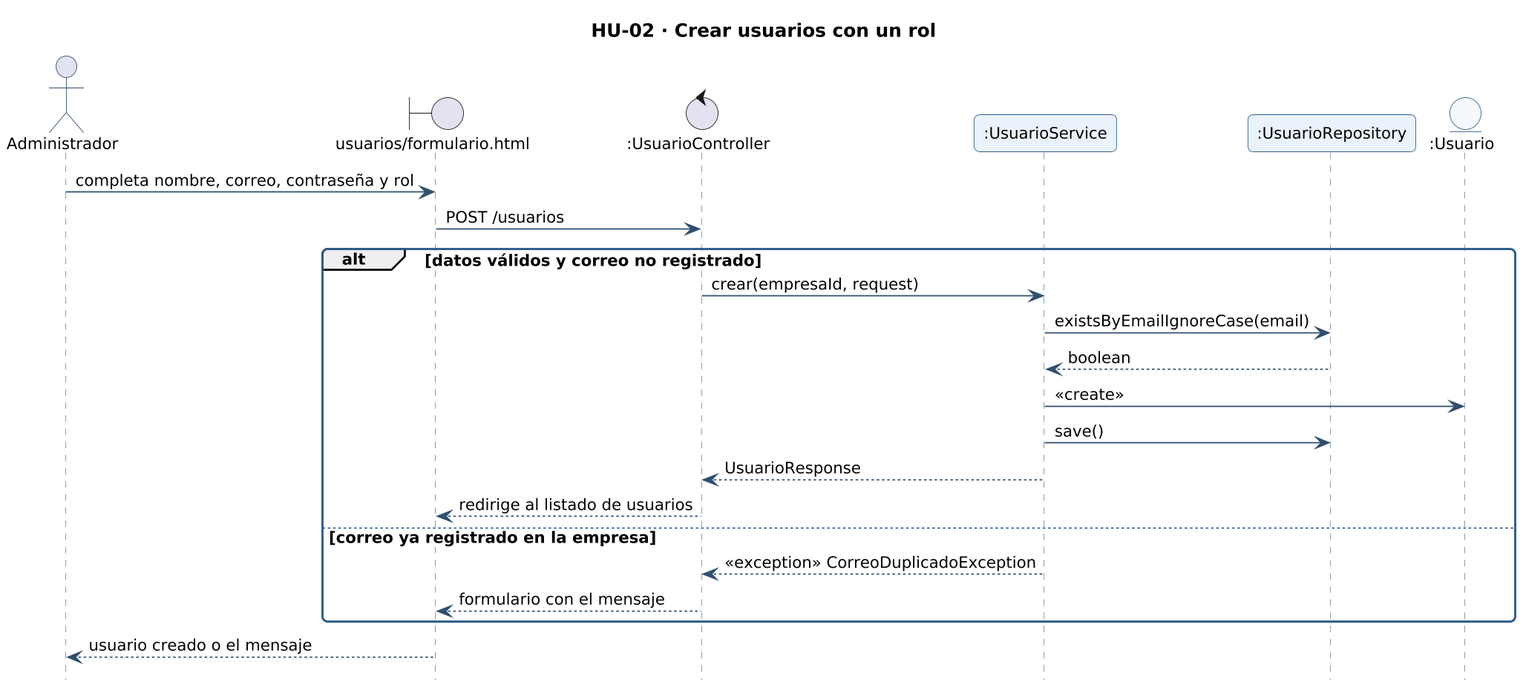
Earlier version of the PlantUML export docs/diagramas/secuencia-hu-02.png (gonzaloarenasduoc/Mira). The source it was exported from:
```plantuml
@startuml secuencia-hu-02
!include _estilo.iuml
hide footbox
skinparam maxMessageSize 260
skinparam sequenceMessageAlign left
title HU-02 · Crear usuarios con un rol
actor "Administrador" as A
boundary "usuarios/formulario.html" as L_VISTA_usuarios_formulario
control ":UsuarioController" as L_UsuarioController
participant ":UsuarioService" as L_UsuarioService
participant ":UsuarioRepository" as L_UsuarioRepository
entity ":Usuario" as L_Usuario
A -> L_VISTA_usuarios_formulario : completa nombre, correo, contraseña y rol
L_VISTA_usuarios_formulario -> L_UsuarioController : POST /usuarios
alt datos válidos y correo no registrado
L_UsuarioController -> L_UsuarioService : crear(empresaId, request)
L_UsuarioService -> L_UsuarioRepository : existsByEmailIgnoreCase(email)
L_UsuarioRepository --> L_UsuarioService : boolean
L_UsuarioService -> L_Usuario : <<create>>
L_UsuarioService -> L_UsuarioRepository : save()
L_UsuarioService --> L_UsuarioController : UsuarioResponse
L_UsuarioController --> L_VISTA_usuarios_formulario : redirige al listado de usuarios
else correo ya registrado en la empresa
L_UsuarioService --> L_UsuarioController : <<exception>> CorreoDuplicadoException
L_UsuarioController --> L_VISTA_usuarios_formulario : formulario con el mensaje
end
L_VISTA_usuarios_formulario --> A : usuario creado o el mensaje
@enduml
```
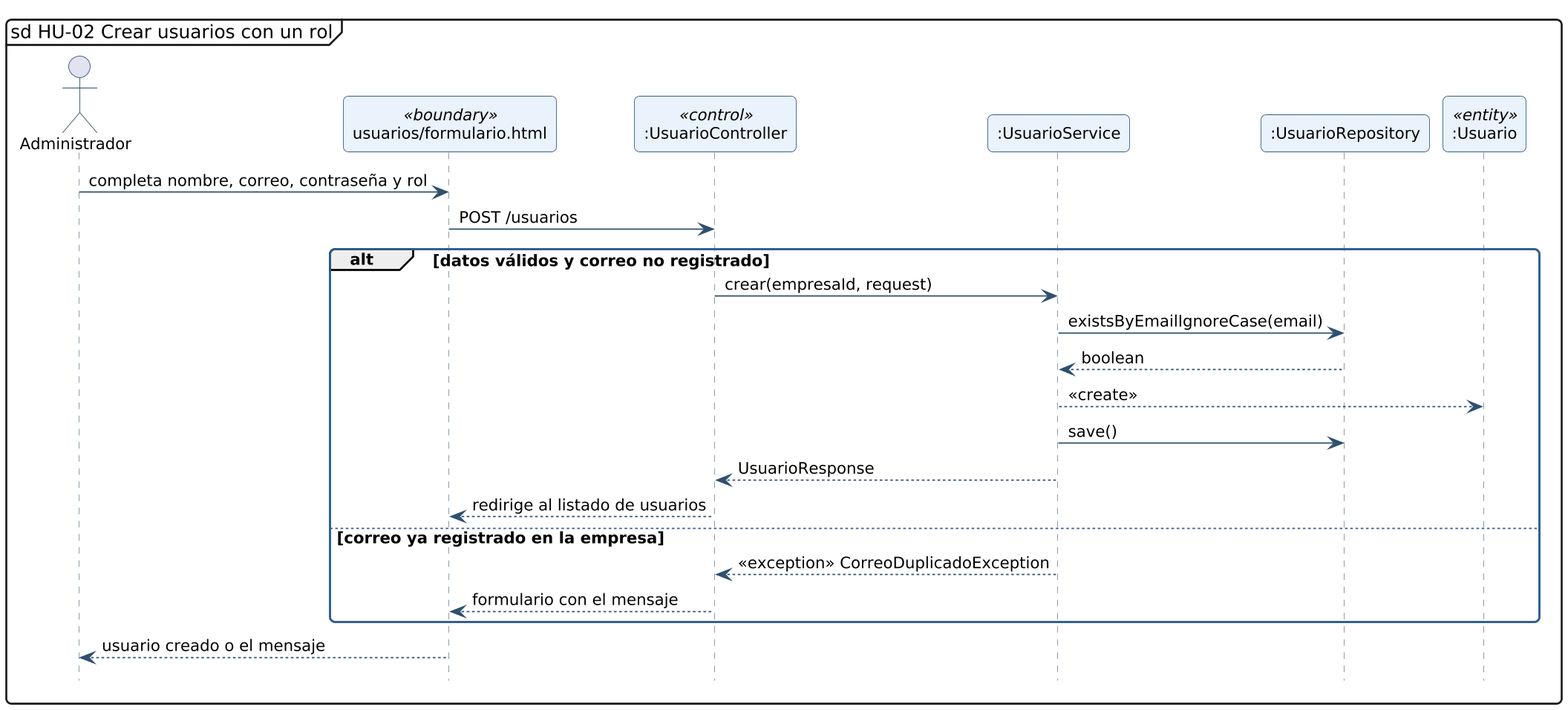
After the commit.

What changed in the source:
```diff
@@ -3,20 +3,20 @@
 hide footbox
 skinparam maxMessageSize 260
 skinparam sequenceMessageAlign left
-title HU-02 · Crear usuarios con un rol
+mainframe sd HU-02 Crear usuarios con un rol
 actor "Administrador" as A
-boundary "usuarios/formulario.html" as L_VISTA_usuarios_formulario
-control ":UsuarioController" as L_UsuarioController
+participant "usuarios/formulario.html" as L_VISTA_usuarios_formulario <<boundary>>
+participant ":UsuarioController" as L_UsuarioController <<control>>
 participant ":UsuarioService" as L_UsuarioService
 participant ":UsuarioRepository" as L_UsuarioRepository
-entity ":Usuario" as L_Usuario
+participant ":Usuario" as L_Usuario <<entity>>
 A -> L_VISTA_usuarios_formulario : completa nombre, correo, contraseña y rol
 L_VISTA_usuarios_formulario -> L_UsuarioController : POST /usuarios
 alt datos válidos y correo no registrado
 L_UsuarioController -> L_UsuarioService : crear(empresaId, request)
 L_UsuarioService -> L_UsuarioRepository : existsByEmailIgnoreCase(email)
 L_UsuarioRepository --> L_UsuarioService : boolean
-L_UsuarioService -> L_Usuario : <<create>>
+L_UsuarioService --> L_Usuario : <<create>>
 L_UsuarioService -> L_UsuarioRepository : save()
 L_UsuarioService --> L_UsuarioController : UsuarioResponse
 L_UsuarioController --> L_VISTA_usuarios_formulario : redirige al listado de usuarios
```
